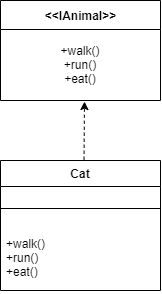
The draw.io diagram 4 Design Principles/Generalization Implementation Class Diagram.png in smitbmx/Architecture-Diagrams, before a commit. Source tidied: cells renumbered, new cells last; positions are measured from the earlier drawing's top-left corner, leaving out a move shared by most shapes.
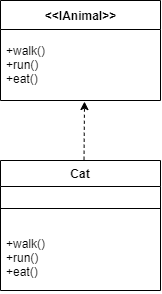
After the commit.

The edit, as a diff of the source:
```diff
@@ -5,7 +5,7 @@
     <mxCell id="2" value="&amp;lt;&amp;lt;IAnimal&amp;gt;&amp;gt;" style="swimlane;fontStyle=1;align=center;verticalAlign=middle;horizontal=1;startSize=29;html=1;" parent="1" vertex="1">
       <mxGeometry width="160" height="100" as="geometry" />
     </mxCell>
-    <mxCell id="3" value="+walk()&lt;br&gt;+run()&lt;br&gt;+eat()" style="text;html=1;strokeColor=none;fillColor=none;align=center;verticalAlign=middle;spacingLeft=4;spacingRight=4;overflow=hidden;points=[[0,0.5],[1,0.5]];portConstraint=eastwest;" parent="2" vertex="1">
+    <mxCell id="3" value="+walk()&lt;br&gt;+run()&lt;br&gt;+eat()" style="text;html=1;strokeColor=none;fillColor=none;align=left;verticalAlign=middle;spacingLeft=4;spacingRight=4;overflow=hidden;points=[[0,0.5],[1,0.5]];portConstraint=eastwest;" parent="2" vertex="1">
       <mxGeometry y="29" width="160" height="71" as="geometry" />
     </mxCell>
     <mxCell id="4" value="Cat" style="swimlane;fontStyle=1;align=center;verticalAlign=top;horizontal=1;startSize=26;" parent="1" vertex="1">
```
